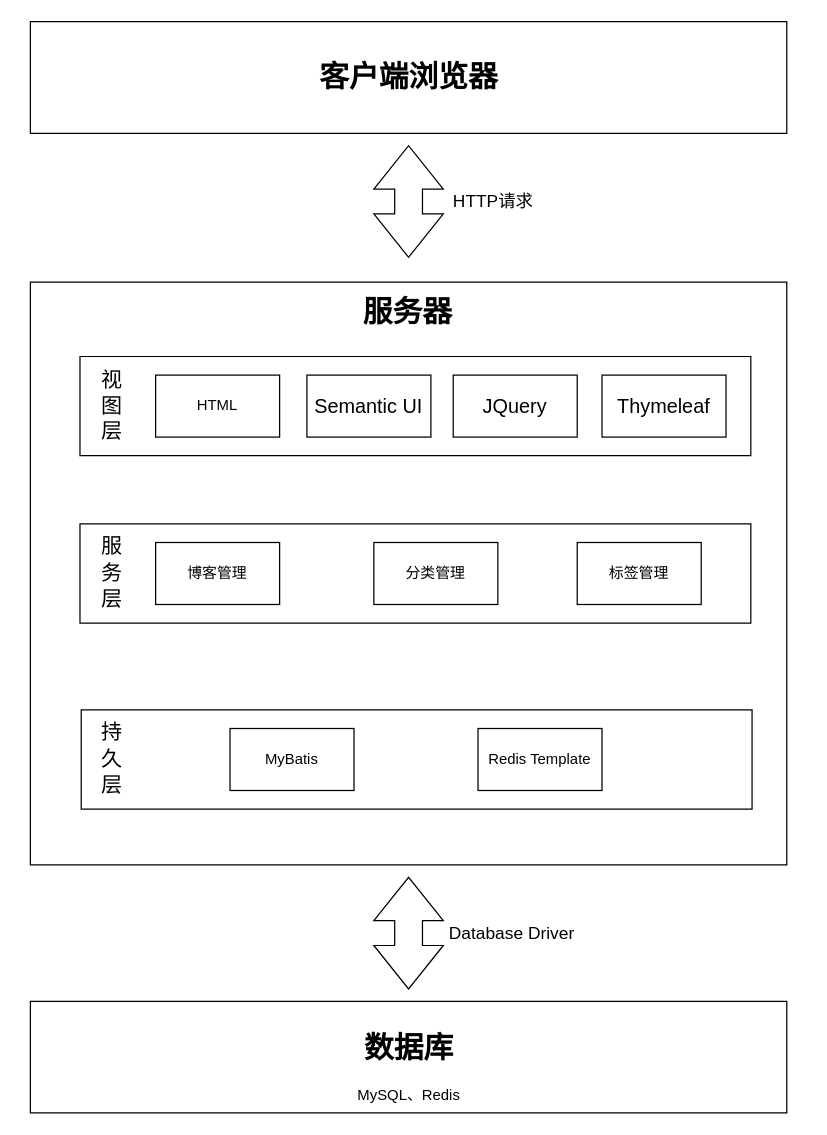
Before: 博客系统技术架构图.drawio in zyl-2000/draw, a draw.io diagram. Source tidied: cells renumbered, new cells numbered last; positions are measured from the earlier drawing's top-left corner, leaving out a move shared by most shapes. Both pictures are drawn from the tidied source at 124%, with x=0, y=0 at pixel (30, 21).
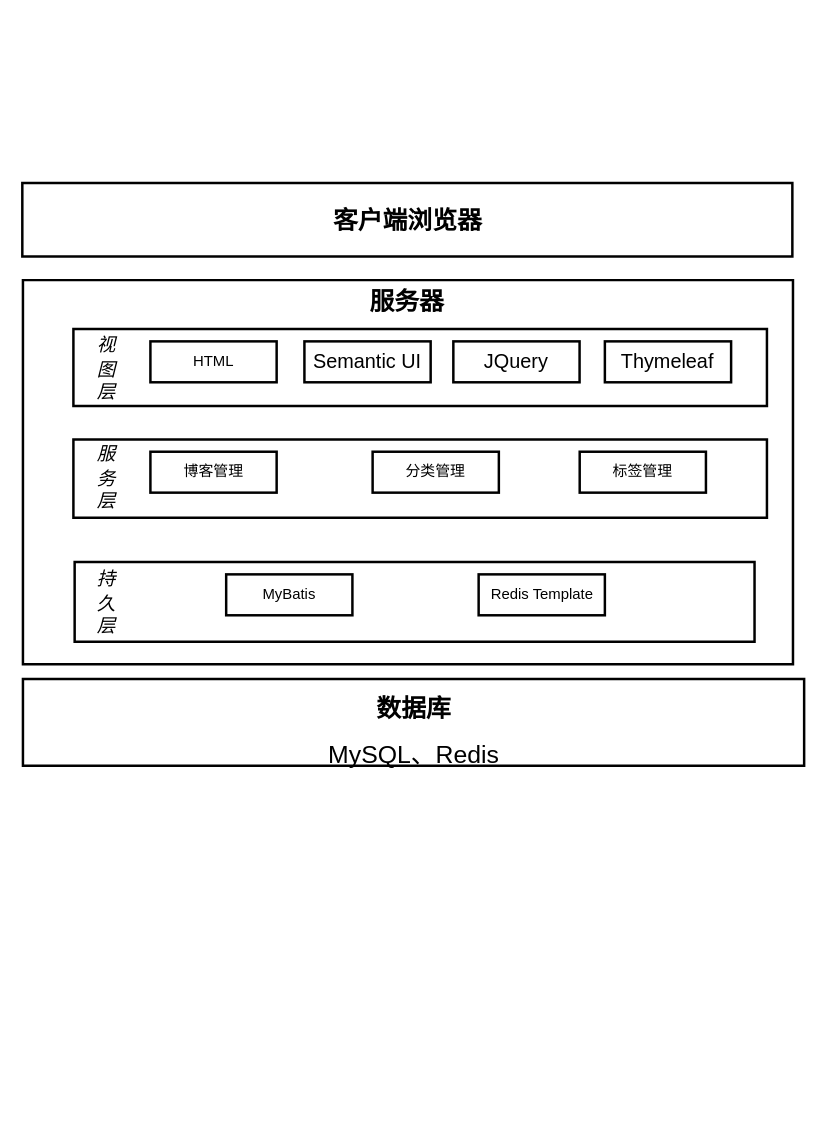
After the change.

Commit message:
更新博客系统技术架构图.drawio

What changed in the source:
```diff
@@
-    <mxCell id="2" value="&lt;h1&gt;客户端浏览器&lt;/h1&gt;" style="verticalLabelPosition=middle;verticalAlign=middle;html=1;shape=mxgraph.basic.rect;fillColor2=none;strokeWidth=1;size=20;indent=5;labelPosition=center;align=center;" parent="1" vertex="1">
-      <mxGeometry width="610" height="90" as="geometry" />
-    </mxCell>
-    <mxCell id="3" style="html=1;shadow=0;dashed=0;align=center;verticalAlign=middle;shape=mxgraph.arrows2.twoWayArrow;dy=0.6;dx=35;direction=south;" parent="1" vertex="1">
-      <mxGeometry x="277" y="100" width="56" height="90" as="geometry" />
-    </mxCell>
-    <mxCell id="4" value="&lt;font style=&quot;font-size: 14px;&quot;&gt;HTTP请求&lt;/font&gt;" style="text;html=1;align=center;verticalAlign=middle;strokeColor=none;fillColor=none;" parent="1" vertex="1">
-      <mxGeometry x="328" y="130" width="90" height="30" as="geometry" />
-    </mxCell>
-    <mxCell id="5" style="verticalLabelPosition=top;verticalAlign=bottom;html=1;shape=mxgraph.basic.rect;fillColor2=none;strokeWidth=1;size=20;indent=5;labelPosition=center;align=center;" parent="1" vertex="1">
-      <mxGeometry y="210" width="610" height="470" as="geometry" />
+    <mxCell id="5" style="verticalLabelPosition=top;verticalAlign=bottom;html=1;shape=mxgraph.basic.rect;fillColor2=none;strokeWidth=2;size=20;indent=5;labelPosition=center;align=center;" parent="1" vertex="1">
+      <mxGeometry x="-6" y="208.4" width="621" height="309.8" as="geometry" />
     </mxCell>
-    <mxCell id="6" value="&lt;h1&gt;服务器&lt;/h1&gt;" style="text;html=1;align=center;verticalAlign=middle;whiteSpace=wrap;rounded=0;" parent="1" vertex="1">
-      <mxGeometry x="223" y="220" width="163" height="30" as="geometry" />
+    <mxCell id="6" value="&lt;h1&gt;&lt;font style=&quot;font-size: 20px;&quot;&gt;服务器&lt;/font&gt;&lt;/h1&gt;" style="text;html=1;align=center;verticalAlign=middle;whiteSpace=wrap;rounded=0;strokeWidth=2;" parent="1" vertex="1">
+      <mxGeometry x="221" y="215" width="165.9" height="19.8" as="geometry" />
     </mxCell>
-    <mxCell id="7" value="&lt;h1&gt;&lt;br&gt;&lt;/h1&gt;" style="verticalLabelPosition=middle;verticalAlign=middle;html=1;shape=mxgraph.basic.rect;fillColor2=none;strokeWidth=1;size=20;indent=5;labelPosition=center;align=center;" parent="1" vertex="1">
-      <mxGeometry x="40" y="270" width="541" height="80" as="geometry" />
+    <mxCell id="7" value="&lt;h1&gt;&lt;br&gt;&lt;/h1&gt;" style="verticalLabelPosition=middle;verticalAlign=middle;html=1;shape=mxgraph.basic.rect;fillColor2=none;strokeWidth=2;size=20;indent=5;labelPosition=center;align=center;" parent="1" vertex="1">
+      <mxGeometry x="34.7" y="247.9" width="559.3" height="62" as="geometry" />
     </mxCell>
-    <mxCell id="8" value="&lt;font face=&quot;Verdana&quot;&gt;视&lt;/font&gt;&lt;div&gt;&lt;font face=&quot;eEsPGfAhy_EH3d2n-p2c&quot;&gt;图&lt;/font&gt;&lt;/div&gt;&lt;div&gt;&lt;font face=&quot;eEsPGfAhy_EH3d2n-p2c&quot;&gt;层&lt;/font&gt;&lt;/div&gt;" style="text;html=1;align=center;verticalAlign=middle;whiteSpace=wrap;rounded=0;horizontal=1;fontSize=17;" parent="1" vertex="1">
-      <mxGeometry x="41" y="265" width="50" height="90" as="geometry" />
+    <mxCell id="8" value="&lt;font style=&quot;font-size: 15px;&quot; face=&quot;Verdana&quot;&gt;&lt;i style=&quot;&quot;&gt;视&lt;/i&gt;&lt;/font&gt;&lt;div style=&quot;font-size: 15px;&quot;&gt;&lt;font style=&quot;font-size: 15px;&quot; face=&quot;eEsPGfAhy_EH3d2n-p2c&quot;&gt;&lt;i&gt;图&lt;/i&gt;&lt;/font&gt;&lt;/div&gt;&lt;div style=&quot;font-size: 15px;&quot;&gt;&lt;font style=&quot;font-size: 15px;&quot; face=&quot;eEsPGfAhy_EH3d2n-p2c&quot;&gt;&lt;i style=&quot;&quot;&gt;层&lt;/i&gt;&lt;/font&gt;&lt;/div&gt;" style="text;html=1;align=center;verticalAlign=middle;whiteSpace=wrap;rounded=0;horizontal=1;fontSize=17;strokeWidth=2;" parent="1" vertex="1">
+      <mxGeometry x="35.7" y="249.3" width="50.9" height="59.3" as="geometry" />
     </mxCell>
-    <mxCell id="9" value="HTML" style="rounded=0;whiteSpace=wrap;html=1;" parent="1" vertex="1">
-      <mxGeometry x="101" y="285" width="100" height="50" as="geometry" />
+    <mxCell id="9" value="HTML" style="rounded=0;whiteSpace=wrap;html=1;strokeWidth=2;" parent="1" vertex="1">
+      <mxGeometry x="96.8" y="257.8" width="101.8" height="33" as="geometry" />
     </mxCell>
-    <mxCell id="10" value="&lt;p class=&quot;MsoNormal&quot;&gt;&lt;span style=&quot;mso-spacerun:'yes';font-family:宋体;mso-ascii-font-family:Calibri;&lt;br/&gt;mso-hansi-font-family:Calibri;mso-bidi-font-family:'Times New Roman';font-size:12.0000pt;&lt;br/&gt;mso-font-kerning:1.0000pt;&quot;&gt;&lt;font face=&quot;Calibri&quot;&gt;Semantic UI&lt;/font&gt;&lt;/span&gt;&lt;/p&gt;" style="rounded=0;whiteSpace=wrap;html=1;" parent="1" vertex="1">
-      <mxGeometry x="223" y="285" width="100" height="50" as="geometry" />
+    <mxCell id="10" value="&lt;p class=&quot;MsoNormal&quot;&gt;&lt;span style=&quot;mso-spacerun:'yes';font-family:宋体;mso-ascii-font-family:Calibri;&lt;br/&gt;mso-hansi-font-family:Calibri;mso-bidi-font-family:'Times New Roman';font-size:12.0000pt;&lt;br/&gt;mso-font-kerning:1.0000pt;&quot;&gt;&lt;font face=&quot;Calibri&quot;&gt;Semantic UI&lt;/font&gt;&lt;/span&gt;&lt;/p&gt;" style="rounded=0;whiteSpace=wrap;html=1;strokeWidth=2;" parent="1" vertex="1">
+      <mxGeometry x="221" y="257.8" width="101.8" height="33" as="geometry" />
     </mxCell>
-    <mxCell id="11" value="&lt;p class=&quot;MsoNormal&quot;&gt;&lt;span style=&quot;mso-spacerun:'yes';font-family:宋体;mso-ascii-font-family:Calibri;&lt;br/&gt;mso-hansi-font-family:Calibri;mso-bidi-font-family:'Times New Roman';font-size:12.0000pt;&lt;br/&gt;mso-font-kerning:1.0000pt;&quot;&gt;&lt;font face=&quot;Calibri&quot;&gt;JQuery&lt;/font&gt;&lt;/span&gt;&lt;/p&gt;" style="rounded=0;whiteSpace=wrap;html=1;" parent="1" vertex="1">
-      <mxGeometry x="341" y="285" width="100" height="50" as="geometry" />
+    <mxCell id="11" value="&lt;p class=&quot;MsoNormal&quot;&gt;&lt;span style=&quot;mso-spacerun:'yes';font-family:宋体;mso-ascii-font-family:Calibri;&lt;br/&gt;mso-hansi-font-family:Calibri;mso-bidi-font-family:'Times New Roman';font-size:12.0000pt;&lt;br/&gt;mso-font-kerning:1.0000pt;&quot;&gt;&lt;font face=&quot;Calibri&quot;&gt;JQuery&lt;/font&gt;&lt;/span&gt;&lt;/p&gt;" style="rounded=0;whiteSpace=wrap;html=1;strokeWidth=2;" parent="1" vertex="1">
+      <mxGeometry x="341.1" y="257.8" width="101.8" height="33" as="geometry" />
     </mxCell>
-    <mxCell id="12" value="&lt;p class=&quot;MsoNormal&quot;&gt;&lt;span style=&quot;mso-spacerun:'yes';font-family:宋体;mso-ascii-font-family:Calibri;&lt;br/&gt;mso-hansi-font-family:Calibri;mso-bidi-font-family:'Times New Roman';font-size:12.0000pt;&lt;br/&gt;mso-font-kerning:1.0000pt;&quot;&gt;&lt;font face=&quot;Calibri&quot;&gt;Thymeleaf&lt;/font&gt;&lt;/span&gt;&lt;/p&gt;" style="rounded=0;whiteSpace=wrap;html=1;" parent="1" vertex="1">
-      <mxGeometry x="461" y="285" width="100" height="50" as="geometry" />
+    <mxCell id="12" value="&lt;p class=&quot;MsoNormal&quot;&gt;&lt;span style=&quot;mso-spacerun:'yes';font-family:宋体;mso-ascii-font-family:Calibri;&lt;br/&gt;mso-hansi-font-family:Calibri;mso-bidi-font-family:'Times New Roman';font-size:12.0000pt;&lt;br/&gt;mso-font-kerning:1.0000pt;&quot;&gt;&lt;font face=&quot;Calibri&quot;&gt;Thymeleaf&lt;/font&gt;&lt;/span&gt;&lt;/p&gt;" style="rounded=0;whiteSpace=wrap;html=1;strokeWidth=2;" parent="1" vertex="1">
+      <mxGeometry x="463.3" y="257.8" width="101.8" height="33" as="geometry" />
     </mxCell>
-    <mxCell id="13" value="&lt;h1&gt;&lt;br&gt;&lt;/h1&gt;" style="verticalLabelPosition=middle;verticalAlign=middle;html=1;shape=mxgraph.basic.rect;fillColor2=none;strokeWidth=1;size=20;indent=5;labelPosition=center;align=center;" parent="1" vertex="1">
-      <mxGeometry x="40" y="405" width="541" height="80" as="geometry" />
+    <mxCell id="13" value="&lt;h1&gt;&lt;br&gt;&lt;/h1&gt;" style="verticalLabelPosition=middle;verticalAlign=middle;html=1;shape=mxgraph.basic.rect;fillColor2=none;strokeWidth=2;size=20;indent=5;labelPosition=center;align=center;" parent="1" vertex="1">
+      <mxGeometry x="34.7" y="336.9" width="559.3" height="63.1" as="geometry" />
     </mxCell>
-    <mxCell id="14" value="&lt;font face=&quot;Verdana&quot;&gt;服&lt;/font&gt;&lt;div&gt;&lt;font face=&quot;Verdana&quot;&gt;务&lt;/font&gt;&lt;/div&gt;&lt;div&gt;&lt;font face=&quot;Verdana&quot;&gt;层&lt;/font&gt;&lt;/div&gt;" style="text;html=1;align=center;verticalAlign=middle;whiteSpace=wrap;rounded=0;horizontal=1;fontSize=17;" parent="1" vertex="1">
-      <mxGeometry x="41" y="400" width="50" height="90" as="geometry" />
+    <mxCell id="14" value="&lt;font style=&quot;font-size: 15px;&quot; face=&quot;Verdana&quot;&gt;&lt;i&gt;服&lt;/i&gt;&lt;/font&gt;&lt;div style=&quot;font-size: 15px;&quot;&gt;&lt;font style=&quot;font-size: 15px;&quot; face=&quot;Verdana&quot;&gt;&lt;i&gt;务&lt;/i&gt;&lt;/font&gt;&lt;/div&gt;&lt;div style=&quot;font-size: 15px;&quot;&gt;&lt;font style=&quot;font-size: 15px;&quot; face=&quot;Verdana&quot;&gt;&lt;i&gt;层&lt;/i&gt;&lt;/font&gt;&lt;/div&gt;" style="text;html=1;align=center;verticalAlign=middle;whiteSpace=wrap;rounded=0;horizontal=1;fontSize=17;strokeWidth=2;" parent="1" vertex="1">
+      <mxGeometry x="35.7" y="336.9" width="50.9" height="59.3" as="geometry" />
     </mxCell>
-    <mxCell id="15" value="博客管理" style="rounded=0;whiteSpace=wrap;html=1;" parent="1" vertex="1">
-      <mxGeometry x="101" y="420" width="100" height="50" as="geometry" />
+    <mxCell id="15" value="博客管理" style="rounded=0;whiteSpace=wrap;html=1;strokeWidth=2;" parent="1" vertex="1">
+      <mxGeometry x="96.8" y="346.8" width="101.8" height="33" as="geometry" />
     </mxCell>
-    <mxCell id="16" value="分类管理" style="rounded=0;whiteSpace=wrap;html=1;" parent="1" vertex="1">
-      <mxGeometry x="277" y="420" width="100" height="50" as="geometry" />
+    <mxCell id="16" value="分类管理" style="rounded=0;whiteSpace=wrap;html=1;strokeWidth=2;" parent="1" vertex="1">
+      <mxGeometry x="276" y="346.8" width="101.8" height="33" as="geometry" />
     </mxCell>
-    <mxCell id="17" value="标签管理" style="rounded=0;whiteSpace=wrap;html=1;" parent="1" vertex="1">
-      <mxGeometry x="441" y="420" width="100" height="50" as="geometry" />
+    <mxCell id="17" value="标签管理" style="rounded=0;whiteSpace=wrap;html=1;strokeWidth=2;" parent="1" vertex="1">
+      <mxGeometry x="443" y="346.8" width="101.8" height="33" as="geometry" />
     </mxCell>
-    <mxCell id="18" value="&lt;h1&gt;&lt;br&gt;&lt;/h1&gt;" style="verticalLabelPosition=middle;verticalAlign=middle;html=1;shape=mxgraph.basic.rect;fillColor2=none;strokeWidth=1;size=20;indent=5;labelPosition=center;align=center;" parent="1" vertex="1">
-      <mxGeometry x="41" y="555" width="541" height="80" as="geometry" />
+    <mxCell id="18" value="&lt;h1&gt;&lt;br&gt;&lt;/h1&gt;" style="verticalLabelPosition=middle;verticalAlign=middle;html=1;shape=mxgraph.basic.rect;fillColor2=none;strokeWidth=2;size=20;indent=5;labelPosition=center;align=center;" parent="1" vertex="1">
+      <mxGeometry x="35.7" y="435.8" width="548.3" height="64.2" as="geometry" />
     </mxCell>
-    <mxCell id="19" value="&lt;font face=&quot;Verdana&quot;&gt;持&lt;/font&gt;&lt;div&gt;&lt;font face=&quot;Verdana&quot;&gt;久&lt;/font&gt;&lt;/div&gt;&lt;div&gt;&lt;font face=&quot;Verdana&quot;&gt;层&lt;/font&gt;&lt;/div&gt;" style="text;html=1;align=center;verticalAlign=middle;whiteSpace=wrap;rounded=0;horizontal=1;fontSize=17;" parent="1" vertex="1">
-      <mxGeometry x="41" y="550" width="50" height="90" as="geometry" />
+    <mxCell id="19" value="&lt;font style=&quot;font-size: 15px;&quot; face=&quot;Verdana&quot;&gt;&lt;i&gt;持&lt;/i&gt;&lt;/font&gt;&lt;div style=&quot;font-size: 15px;&quot;&gt;&lt;font style=&quot;font-size: 15px;&quot; face=&quot;Verdana&quot;&gt;&lt;i&gt;久&lt;/i&gt;&lt;/font&gt;&lt;/div&gt;&lt;div style=&quot;font-size: 15px;&quot;&gt;&lt;font style=&quot;font-size: 15px;&quot; face=&quot;Verdana&quot;&gt;&lt;i&gt;层&lt;/i&gt;&lt;/font&gt;&lt;/div&gt;" style="text;html=1;align=center;verticalAlign=middle;whiteSpace=wrap;rounded=0;horizontal=1;fontSize=17;strokeWidth=2;" parent="1" vertex="1">
+      <mxGeometry x="35.7" y="438.2" width="50.9" height="59.3" as="geometry" />
     </mxCell>
-    <mxCell id="20" value="MyBatis" style="rounded=0;whiteSpace=wrap;html=1;" parent="1" vertex="1">
-      <mxGeometry x="161" y="570" width="100" height="50" as="geometry" />
+    <mxCell id="20" value="MyBatis" style="rounded=0;whiteSpace=wrap;html=1;strokeWidth=2;" parent="1" vertex="1">
+      <mxGeometry x="157.9" y="445.7" width="101.8" height="33" as="geometry" />
     </mxCell>
-    <mxCell id="21" value="Redis Template" style="rounded=0;whiteSpace=wrap;html=1;" parent="1" vertex="1">
-      <mxGeometry x="361" y="570" width="100" height="50" as="geometry" />
+    <mxCell id="21" value="Redis Template" style="rounded=0;whiteSpace=wrap;html=1;strokeWidth=2;" parent="1" vertex="1">
+      <mxGeometry x="361.5" y="445.7" width="101.8" height="33" as="geometry" />
     </mxCell>
-    <mxCell id="22" style="html=1;shadow=0;dashed=0;align=center;verticalAlign=middle;shape=mxgraph.arrows2.twoWayArrow;dy=0.6;dx=35;direction=south;" parent="1" vertex="1">
-      <mxGeometry x="277" y="690" width="56" height="90" as="geometry" />
-    </mxCell>
-    <mxCell id="23" value="&lt;font style=&quot;font-size: 14px;&quot;&gt;Database Driver&lt;/font&gt;" style="text;html=1;align=center;verticalAlign=middle;strokeColor=none;fillColor=none;" parent="1" vertex="1">
-      <mxGeometry x="328" y="720" width="120" height="30" as="geometry" />
-    </mxCell>
-    <mxCell id="24" value="&lt;h1&gt;数据库&lt;/h1&gt;&lt;div&gt;MySQL、Redis&lt;/div&gt;" style="verticalLabelPosition=middle;verticalAlign=middle;html=1;shape=mxgraph.basic.rect;fillColor2=none;strokeWidth=1;size=20;indent=5;labelPosition=center;align=center;" parent="1" vertex="1">
-      <mxGeometry y="790" width="610" height="90" as="geometry" />
+    <mxCell id="24" value="&lt;h1 style=&quot;font-size: 20px;&quot;&gt;&lt;font style=&quot;font-size: 20px;&quot;&gt;数据库&lt;/font&gt;&lt;/h1&gt;&lt;div style=&quot;font-size: 20px;&quot;&gt;&lt;font style=&quot;font-size: 20px;&quot;&gt;MySQL、Redis&lt;/font&gt;&lt;/div&gt;" style="verticalLabelPosition=middle;verticalAlign=middle;html=1;shape=mxgraph.basic.rect;fillColor2=none;strokeWidth=2;size=20;indent=5;labelPosition=center;align=center;" parent="1" vertex="1">
+      <mxGeometry x="-6" y="530" width="630" height="70" as="geometry" />
     </mxCell>
+    <mxCell id="2" value="&lt;h1&gt;&lt;font style=&quot;font-size: 20px;&quot;&gt;客户端浏览器&lt;/font&gt;&lt;/h1&gt;" style="verticalLabelPosition=middle;verticalAlign=middle;html=1;shape=mxgraph.basic.rect;fillColor2=none;strokeWidth=2;size=20;indent=5;labelPosition=center;align=center;" parent="1" vertex="1">
+      <mxGeometry x="-6.5" y="130" width="621" height="59.3" as="geometry" />
+    </mxCell>
```
